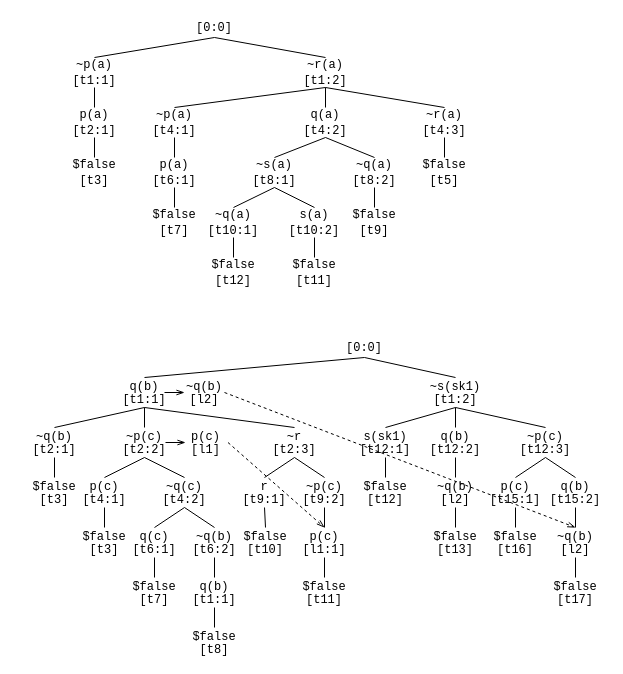
Earlier version of the draw.io diagram Tableu_updated.drawio (GeoffsPapers/TPTPTableauFormat). Source tidied: cells renumbered, new cells numbered last; positions are measured from the earlier drawing's top-left corner, leaving out a move shared by most shapes. Both pictures are drawn from the tidied source at 100%, with x=0, y=0 at pixel (24, 17).
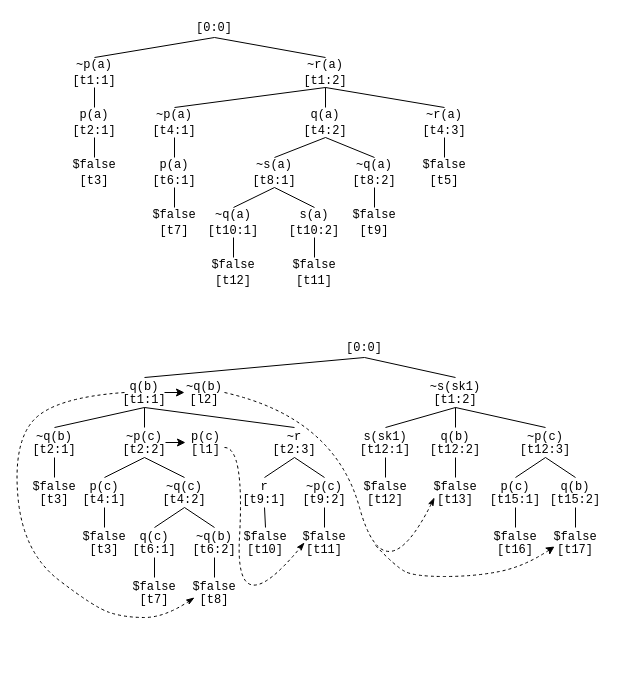
Above is the later version.

Commit message (it also covers changes not shown here):
unify arrow styling

Unchanged cells that the change refers to:
```xml
<mxCell id="61" value="&lt;div style=&quot;line-height: 100%;&quot;&gt;&lt;font face=&quot;Courier New&quot;&gt;~p(c)&lt;/font&gt;&lt;br&gt;&lt;div&gt;&lt;span style=&quot;font-family: &amp;quot;Courier New&amp;quot;; background-color: transparent; color: light-dark(rgb(0, 0, 0), rgb(255, 255, 255));&quot;&gt;[t9:2]&lt;/span&gt;&lt;/div&gt;&lt;/div&gt;" style="text;strokeColor=none;align=center;fillColor=none;html=1;verticalAlign=middle;whiteSpace=wrap;rounded=0;" parent="1" vertex="1">
  <mxGeometry x="270" y="460" width="60" height="30" as="geometry" />
</mxCell>
<mxCell id="67" value="&lt;div style=&quot;line-height: 100%;&quot;&gt;&lt;span style=&quot;font-family: &amp;quot;Courier New&amp;quot;; background-color: transparent; color: light-dark(rgb(0, 0, 0), rgb(255, 255, 255));&quot;&gt;p(c)&lt;/span&gt;&lt;/div&gt;&lt;div style=&quot;line-height: 100%;&quot;&gt;&lt;span style=&quot;font-family: &amp;quot;Courier New&amp;quot;; background-color: transparent; color: light-dark(rgb(0, 0, 0), rgb(255, 255, 255));&quot;&gt;[l1]&lt;/span&gt;&lt;/div&gt;" style="text;strokeColor=none;align=center;fillColor=none;html=1;verticalAlign=middle;whiteSpace=wrap;rounded=0;spacing=2;" parent="1" vertex="1">
  <mxGeometry x="158.5" y="410" width="45" height="30" as="geometry" />
</mxCell>
<mxCell id="73" value="&lt;div style=&quot;line-height: 100%;&quot;&gt;&lt;span style=&quot;background-color: transparent; color: light-dark(rgb(0, 0, 0), rgb(255, 255, 255)); font-family: &amp;quot;Courier New&amp;quot;;&quot;&gt;~q(b)&lt;/span&gt;&lt;/div&gt;&lt;div style=&quot;line-height: 100%;&quot;&gt;&lt;span style=&quot;font-family: &amp;quot;Courier New&amp;quot;; background-color: transparent; color: light-dark(rgb(0, 0, 0), rgb(255, 255, 255));&quot;&gt;[l2]&lt;/span&gt;&lt;/div&gt;" style="text;strokeColor=none;align=center;fillColor=none;html=1;verticalAlign=middle;whiteSpace=wrap;rounded=0;spacing=2;" parent="1" vertex="1">
  <mxGeometry x="160" y="360" width="40" height="30" as="geometry" />
</mxCell>
<mxCell id="78" value="&lt;div style=&quot;line-height: 100%;&quot;&gt;&lt;font face=&quot;Courier New&quot;&gt;q(b)&lt;/font&gt;&lt;div&gt;&lt;div&gt;&lt;span style=&quot;font-family: &amp;quot;Courier New&amp;quot;; background-color: transparent; color: light-dark(rgb(0, 0, 0), rgb(255, 255, 255));&quot;&gt;[t12:2]&lt;/span&gt;&lt;/div&gt;&lt;/div&gt;&lt;/div&gt;" style="text;strokeColor=none;align=center;fillColor=none;html=1;verticalAlign=middle;whiteSpace=wrap;rounded=0;" parent="1" vertex="1">
  <mxGeometry x="401" y="410" width="60" height="30" as="geometry" />
</mxCell>
<mxCell id="87" value="&lt;div style=&quot;line-height: 100%;&quot;&gt;&lt;font face=&quot;Courier New&quot;&gt;q(b)&lt;/font&gt;&lt;div&gt;&lt;div&gt;&lt;span style=&quot;font-family: &amp;quot;Courier New&amp;quot;; background-color: transparent; color: light-dark(rgb(0, 0, 0), rgb(255, 255, 255));&quot;&gt;[t15:2]&lt;/span&gt;&lt;/div&gt;&lt;/div&gt;&lt;/div&gt;" style="text;strokeColor=none;align=center;fillColor=none;html=1;verticalAlign=middle;whiteSpace=wrap;rounded=0;" parent="1" vertex="1">
  <mxGeometry x="521" y="460" width="60" height="30" as="geometry" />
</mxCell>
<mxCell id="101" value="&lt;div style=&quot;line-height: 100%;&quot;&gt;&lt;font face=&quot;Courier New&quot;&gt;~q(b)&lt;/font&gt;&lt;br&gt;&lt;div&gt;&lt;span style=&quot;font-family: &amp;quot;Courier New&amp;quot;; background-color: transparent; color: light-dark(rgb(0, 0, 0), rgb(255, 255, 255));&quot;&gt;[t6&lt;/span&gt;&lt;span style=&quot;background-color: transparent; color: light-dark(rgb(0, 0, 0), rgb(255, 255, 255)); font-family: &amp;quot;Courier New&amp;quot;;&quot;&gt;:2]&lt;/span&gt;&lt;/div&gt;&lt;/div&gt;" style="text;strokeColor=none;align=center;fillColor=none;html=1;verticalAlign=middle;whiteSpace=wrap;rounded=0;" parent="1" vertex="1">
  <mxGeometry x="160" y="510" width="60" height="30" as="geometry" />
</mxCell>
```

The edit, as a diff of the source:
```diff
@@
     <mxCell id="58" value="&lt;div style=&quot;line-height: 100%;&quot;&gt;&lt;font face=&quot;Courier New&quot;&gt;$false&lt;/font&gt;&lt;br&gt;&lt;div&gt;&lt;span style=&quot;font-family: &amp;quot;Courier New&amp;quot;; background-color: transparent; color: light-dark(rgb(0, 0, 0), rgb(255, 255, 255));&quot;&gt;[t8]&lt;/span&gt;&lt;/div&gt;&lt;/div&gt;" style="text;strokeColor=none;align=center;fillColor=none;html=1;verticalAlign=middle;whiteSpace=wrap;rounded=0;" parent="1" vertex="1">
-      <mxGeometry x="160" y="610" width="60" height="30" as="geometry" />
+      <mxGeometry x="160" y="560" width="60" height="30" as="geometry" />
     </mxCell>
@@
-    <mxCell id="68" value="&lt;div style=&quot;line-height: 100%;&quot;&gt;&lt;font face=&quot;Courier New&quot;&gt;p(c)&lt;/font&gt;&lt;div&gt;&lt;font face=&quot;Courier New&quot;&gt;[l1:1]&lt;/font&gt;&lt;/div&gt;&lt;/div&gt;" style="text;strokeColor=none;align=center;fillColor=none;html=1;verticalAlign=middle;whiteSpace=wrap;rounded=0;" parent="1" vertex="1">
-      <mxGeometry x="270" y="510" width="60" height="30" as="geometry" />
-    </mxCell>
-    <mxCell id="69" style="endArrow=none;html=1;rounded=0;entryX=0.5;entryY=1;entryDx=0;entryDy=0;exitX=0.5;exitY=0;exitDx=0;exitDy=0;" parent="1" edge="1" source="68" target="61">
-      <mxGeometry relative="1" as="geometry" />
+    <mxCell id="69" style="endArrow=none;html=1;rounded=0;entryX=0.5;entryY=1;entryDx=0;entryDy=0;exitX=0.5;exitY=0;exitDx=0;exitDy=0;" parent="1" edge="1" target="61">
+      <mxGeometry relative="1" as="geometry">
+        <mxPoint x="300" y="510" as="sourcePoint" />
+      </mxGeometry>
     </mxCell>
     <mxCell id="70" value="&lt;div style=&quot;line-height: 100%;&quot;&gt;&lt;font face=&quot;Courier New&quot;&gt;$false&lt;/font&gt;&lt;br&gt;&lt;div&gt;&lt;span style=&quot;font-family: &amp;quot;Courier New&amp;quot;; background-color: transparent; color: light-dark(rgb(0, 0, 0), rgb(255, 255, 255));&quot;&gt;[t11]&lt;/span&gt;&lt;/div&gt;&lt;/div&gt;" style="text;strokeColor=none;align=center;fillColor=none;html=1;verticalAlign=middle;whiteSpace=wrap;rounded=0;" parent="1" vertex="1">
-      <mxGeometry x="270" y="560" width="60" height="30" as="geometry" />
+      <mxGeometry x="270" y="510" width="60" height="30" as="geometry" />
     </mxCell>
-    <mxCell id="71" style="endArrow=none;html=1;rounded=0;entryX=0.5;entryY=1;entryDx=0;entryDy=0;exitX=0.5;exitY=0;exitDx=0;exitDy=0;" parent="1" edge="1" source="70" target="68">
-      <mxGeometry relative="1" as="geometry" />
-    </mxCell>
@@
-    <mxCell id="80" value="&lt;div style=&quot;line-height: 100%;&quot;&gt;&lt;span style=&quot;font-family: &amp;quot;Courier New&amp;quot;; background-color: transparent; color: light-dark(rgb(0, 0, 0), rgb(255, 255, 255));&quot;&gt;~q(b)[l2]&lt;/span&gt;&lt;/div&gt;" style="text;strokeColor=none;align=center;fillColor=none;html=1;verticalAlign=middle;whiteSpace=wrap;rounded=0;spacing=2;" parent="1" vertex="1">
-      <mxGeometry x="406" y="460" width="50" height="30" as="geometry" />
-    </mxCell>
-    <mxCell id="81" style="endArrow=none;html=1;rounded=0;entryX=0.5;entryY=1;entryDx=0;entryDy=0;exitX=0.5;exitY=0;exitDx=0;exitDy=0;" parent="1" edge="1" source="80" target="78">
-      <mxGeometry relative="1" as="geometry" />
+    <mxCell id="81" style="endArrow=none;html=1;rounded=0;entryX=0.5;entryY=1;entryDx=0;entryDy=0;exitX=0.5;exitY=0;exitDx=0;exitDy=0;" parent="1" edge="1" target="78">
+      <mxGeometry relative="1" as="geometry">
+        <mxPoint x="431" y="460" as="sourcePoint" />
+      </mxGeometry>
     </mxCell>
     <mxCell id="82" value="&lt;div style=&quot;line-height: 100%;&quot;&gt;&lt;font face=&quot;Courier New&quot;&gt;$false&lt;/font&gt;&lt;br&gt;&lt;div&gt;&lt;span style=&quot;font-family: &amp;quot;Courier New&amp;quot;; background-color: transparent; color: light-dark(rgb(0, 0, 0), rgb(255, 255, 255));&quot;&gt;[t13]&lt;/span&gt;&lt;/div&gt;&lt;/div&gt;" style="text;strokeColor=none;align=center;fillColor=none;html=1;verticalAlign=middle;whiteSpace=wrap;rounded=0;" parent="1" vertex="1">
-      <mxGeometry x="401" y="510" width="60" height="30" as="geometry" />
+      <mxGeometry x="401" y="460" width="60" height="30" as="geometry" />
     </mxCell>
-    <mxCell id="83" style="endArrow=none;html=1;rounded=0;entryX=0.5;entryY=1;entryDx=0;entryDy=0;exitX=0.5;exitY=0;exitDx=0;exitDy=0;" parent="1" edge="1" source="82" target="80">
-      <mxGeometry relative="1" as="geometry" />
-    </mxCell>
@@
-    <mxCell id="92" value="&lt;div style=&quot;line-height: 100%;&quot;&gt;&lt;span style=&quot;font-family: &amp;quot;Courier New&amp;quot;; background-color: transparent; color: light-dark(rgb(0, 0, 0), rgb(255, 255, 255));&quot;&gt;~q(b)[l2]&lt;/span&gt;&lt;/div&gt;" style="text;strokeColor=none;align=center;fillColor=none;html=1;verticalAlign=middle;whiteSpace=wrap;rounded=0;spacing=2;" parent="1" vertex="1">
-      <mxGeometry x="526" y="510" width="50" height="30" as="geometry" />
-    </mxCell>
-    <mxCell id="93" style="endArrow=none;html=1;rounded=0;entryX=0.5;entryY=1;entryDx=0;entryDy=0;exitX=0.5;exitY=0;exitDx=0;exitDy=0;" parent="1" edge="1" source="92" target="87">
-      <mxGeometry relative="1" as="geometry" />
+    <mxCell id="93" style="endArrow=none;html=1;rounded=0;entryX=0.5;entryY=1;entryDx=0;entryDy=0;exitX=0.5;exitY=0;exitDx=0;exitDy=0;" parent="1" edge="1" target="87">
+      <mxGeometry relative="1" as="geometry">
+        <mxPoint x="551" y="510" as="sourcePoint" />
+      </mxGeometry>
     </mxCell>
     <mxCell id="94" value="&lt;div style=&quot;line-height: 100%;&quot;&gt;&lt;font face=&quot;Courier New&quot;&gt;$false&lt;/font&gt;&lt;br&gt;&lt;div&gt;&lt;span style=&quot;font-family: &amp;quot;Courier New&amp;quot;; background-color: transparent; color: light-dark(rgb(0, 0, 0), rgb(255, 255, 255));&quot;&gt;[t17]&lt;/span&gt;&lt;/div&gt;&lt;/div&gt;" style="text;strokeColor=none;align=center;fillColor=none;html=1;verticalAlign=middle;whiteSpace=wrap;rounded=0;" parent="1" vertex="1">
-      <mxGeometry x="521" y="560" width="60" height="30" as="geometry" />
+      <mxGeometry x="521" y="510" width="60" height="30" as="geometry" />
     </mxCell>
-    <mxCell id="95" style="endArrow=none;html=1;rounded=0;entryX=0.5;entryY=1;entryDx=0;entryDy=0;exitX=0.5;exitY=0;exitDx=0;exitDy=0;" parent="1" edge="1" source="94" target="92">
-      <mxGeometry relative="1" as="geometry" />
-    </mxCell>
-    <mxCell id="96" style="endArrow=openThin;html=1;rounded=0;entryX=0;entryY=0.5;entryDx=0;entryDy=0;endFill=0;startArrow=none;startFill=0;" parent="1" edge="1" target="73">
+    <mxCell id="96" style="endArrow=classic;html=1;rounded=0;entryX=0;entryY=0.5;entryDx=0;entryDy=0;endFill=1;startArrow=none;startFill=0;" parent="1" edge="1" target="73">
       <mxGeometry relative="1" as="geometry">
         <mxPoint x="140" y="375" as="sourcePoint" />
       </mxGeometry>
     </mxCell>
-    <mxCell id="97" style="endArrow=openThin;html=1;rounded=0;exitX=1;exitY=0.5;exitDx=0;exitDy=0;endFill=0;" parent="1" edge="1">
+    <mxCell id="97" style="endArrow=classic;html=1;rounded=0;exitX=1;exitY=0.5;exitDx=0;exitDy=0;endFill=1;" parent="1" edge="1">
       <mxGeometry relative="1" as="geometry">
         <mxPoint x="141" y="425" as="sourcePoint" />
         <mxPoint x="161" y="425" as="targetPoint" />
       </mxGeometry>
     </mxCell>
-    <mxCell id="98" value="&lt;div style=&quot;line-height: 100%;&quot;&gt;&lt;font face=&quot;Courier New&quot;&gt;q(b)&lt;/font&gt;&lt;div&gt;&lt;div&gt;&lt;span style=&quot;font-family: &amp;quot;Courier New&amp;quot;; background-color: transparent; color: light-dark(rgb(0, 0, 0), rgb(255, 255, 255));&quot;&gt;[t1:1]&lt;/span&gt;&lt;/div&gt;&lt;/div&gt;&lt;/div&gt;" style="text;strokeColor=none;align=center;fillColor=none;html=1;verticalAlign=middle;whiteSpace=wrap;rounded=0;" parent="1" vertex="1">
-      <mxGeometry x="160" y="560" width="60" height="30" as="geometry" />
-    </mxCell>
-    <mxCell id="99" style="endArrow=none;html=1;rounded=0;exitX=0.5;exitY=0;exitDx=0;exitDy=0;" parent="1" edge="1" source="58">
-      <mxGeometry relative="1" as="geometry">
-        <mxPoint x="190" y="590" as="targetPoint" />
-      </mxGeometry>
-    </mxCell>
-    <mxCell id="100" style="endArrow=none;html=1;rounded=0;entryX=0.5;entryY=0;entryDx=0;entryDy=0;exitX=0.5;exitY=1;exitDx=0;exitDy=0;" parent="1" edge="1" source="101" target="98">
-      <mxGeometry relative="1" as="geometry" />
+    <mxCell id="100" style="endArrow=none;html=1;rounded=0;entryX=0.5;entryY=0;entryDx=0;entryDy=0;exitX=0.5;exitY=1;exitDx=0;exitDy=0;" parent="1" edge="1" source="101">
+      <mxGeometry relative="1" as="geometry">
+        <mxPoint x="190" y="560" as="targetPoint" />
+      </mxGeometry>
     </mxCell>
@@
-    <mxCell id="102" style="endArrow=openThin;html=1;rounded=0;exitX=1;exitY=0.5;exitDx=0;exitDy=0;dashed=1;endFill=0;entryX=0.5;entryY=0;entryDx=0;entryDy=0;" parent="1" edge="1" source="67" target="68">
-      <mxGeometry relative="1" as="geometry" />
-    </mxCell>
-    <mxCell id="103" style="endArrow=openThin;html=1;rounded=0;exitX=1;exitY=0.5;exitDx=0;exitDy=0;entryX=0.5;entryY=0;entryDx=0;entryDy=0;dashed=1;endFill=0;" parent="1" edge="1" source="73" target="92">
-      <mxGeometry relative="1" as="geometry" />
+    <mxCell id="103" style="endArrow=classicThin;html=1;rounded=0;exitX=1;exitY=0.5;exitDx=0;exitDy=0;entryX=0.15;entryY=0.667;entryDx=0;entryDy=0;dashed=1;endFill=1;curved=1;entryPerimeter=0;" parent="1" edge="1" source="73" target="82">
+      <mxGeometry relative="1" as="geometry">
+        <Array as="points">
+          <mxPoint x="310" y="400" />
+          <mxPoint x="360" y="580" />
+        </Array>
+      </mxGeometry>
     </mxCell>
+    <mxCell id="104" style="curved=1;endArrow=classicThin;html=1;rounded=0;dashed=1;endFill=1;" parent="1" edge="1">
+      <mxGeometry relative="1" as="geometry">
+        <mxPoint x="200" y="430" as="sourcePoint" />
+        <mxPoint x="280" y="525" as="targetPoint" />
+        <Array as="points">
+          <mxPoint x="220" y="430" />
+          <mxPoint x="210" y="610" />
+        </Array>
+      </mxGeometry>
+    </mxCell>
+    <mxCell id="105" style="curved=1;endArrow=classicThin;html=1;rounded=0;entryX=0.167;entryY=0.667;entryDx=0;entryDy=0;entryPerimeter=0;dashed=1;endFill=1;" parent="1" edge="1" target="58">
+      <mxGeometry relative="1" as="geometry">
+        <mxPoint x="100" y="375" as="sourcePoint" />
+        <Array as="points">
+          <mxPoint x="30" y="380" />
+          <mxPoint x="-11.5" y="425" />
+          <mxPoint x="-1.5" y="535" />
+          <mxPoint x="70" y="590" />
+          <mxPoint x="100" y="600" />
+          <mxPoint x="140" y="600" />
+        </Array>
+      </mxGeometry>
+    </mxCell>
+    <mxCell id="106" style="curved=1;endArrow=classic;html=1;rounded=0;dashed=1;entryX=0.15;entryY=0.667;entryDx=0;entryDy=0;entryPerimeter=0;" parent="1" edge="1">
+      <mxGeometry relative="1" as="geometry">
+        <mxPoint x="351" y="528" as="sourcePoint" />
+        <mxPoint x="530" y="529" as="targetPoint" />
+        <Array as="points">
+          <mxPoint x="371" y="549" />
+          <mxPoint x="390" y="559" />
+          <mxPoint x="450" y="559" />
+          <mxPoint x="500" y="549" />
+        </Array>
+      </mxGeometry>
+    </mxCell>
```
